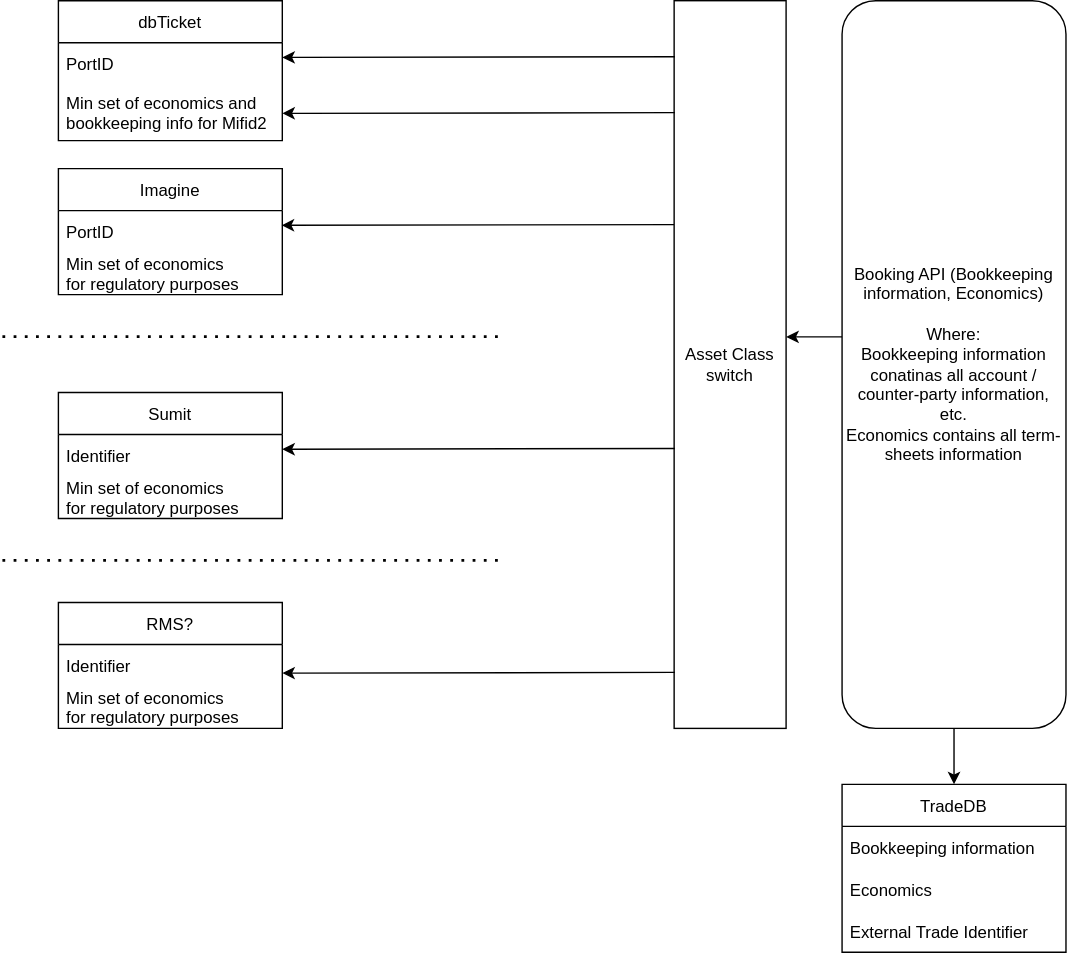
Above: Booking path.svg in Genst/Architecture (draw.io), before the change. Source tidied: cells renumbered, new cells last; positions are measured from the earlier drawing's top-left corner, leaving out a move shared by most shapes.
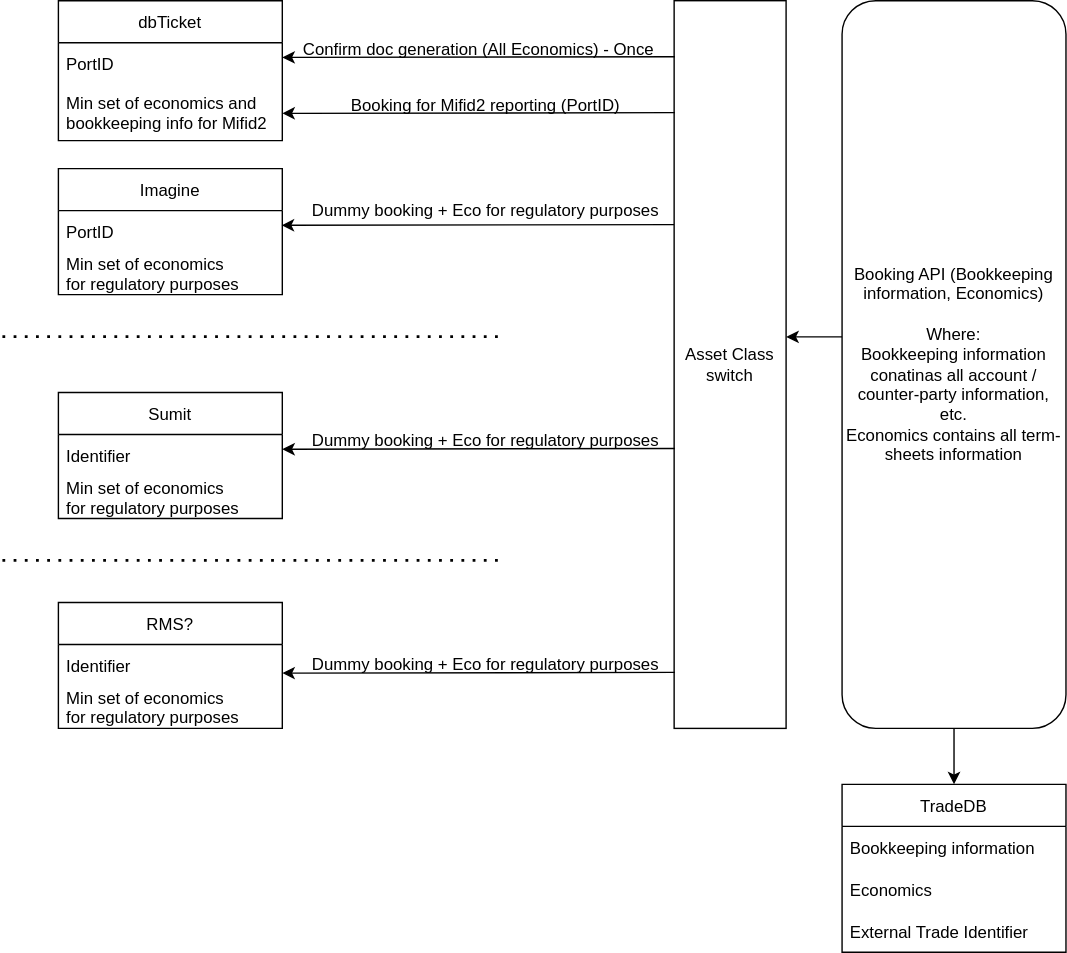
Later version of the same file.

Diff of the diagram source:
```diff
@@ -103,5 +103,20 @@
     <mxCell id="28" style="endArrow=classic;html=1;rounded=0;entryX=1.001;entryY=0.462;entryDx=0;entryDy=0;entryPerimeter=0;exitX=0;exitY=0.462;exitDx=0;exitDy=0;exitPerimeter=0;" parent="1" edge="1" source="2" target="23">
       <mxGeometry relative="1" as="geometry" />
     </mxCell>
+    <mxCell id="29" value="Dummy booking + Eco for regulatory purposes" style="text;html=1;align=center;verticalAlign=middle;strokeColor=none;fillColor=none;" parent="1" vertex="1">
+      <mxGeometry x="210" y="135" width="270" height="30" as="geometry" />
+    </mxCell>
+    <mxCell id="30" value="Dummy booking + Eco for regulatory purposes" style="text;html=1;align=center;verticalAlign=middle;strokeColor=none;fillColor=none;" parent="1" vertex="1">
+      <mxGeometry x="210" y="300" width="270" height="30" as="geometry" />
+    </mxCell>
+    <mxCell id="31" value="Dummy booking + Eco for regulatory purposes" style="text;html=1;align=center;verticalAlign=middle;strokeColor=none;fillColor=none;" parent="1" vertex="1">
+      <mxGeometry x="210" y="460" width="270" height="30" as="geometry" />
+    </mxCell>
+    <mxCell id="32" value="Booking for Mifid2 reporting (PortID)" style="text;html=1;align=center;verticalAlign=middle;strokeColor=none;fillColor=none;" parent="1" vertex="1">
+      <mxGeometry x="235" y="60" width="220" height="30" as="geometry" />
+    </mxCell>
+    <mxCell id="33" value="Confirm doc generation (All Economics) - Once" style="text;html=1;align=center;verticalAlign=middle;strokeColor=none;fillColor=none;" parent="1" vertex="1">
+      <mxGeometry x="205" y="20" width="270" height="30" as="geometry" />
+    </mxCell>
   </root>
 </mxGraphModel>
```
